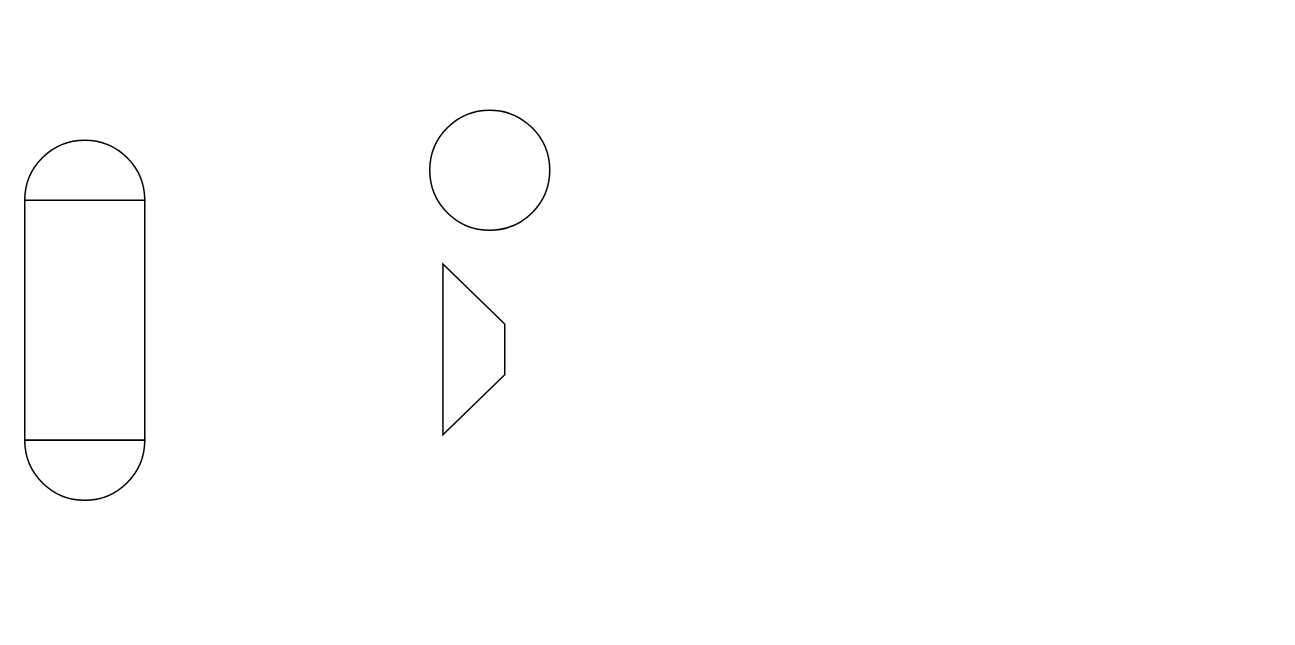
Before: 热力线图.drawio in Arielwithoutoven/Odds, a draw.io diagram. Source tidied: cells renumbered, new cells numbered last; positions are measured from the earlier drawing's top-left corner, leaving out a move shared by most shapes. Both pictures are drawn from the tidied source at 150%, with x=0, y=0 at pixel (24, 110).
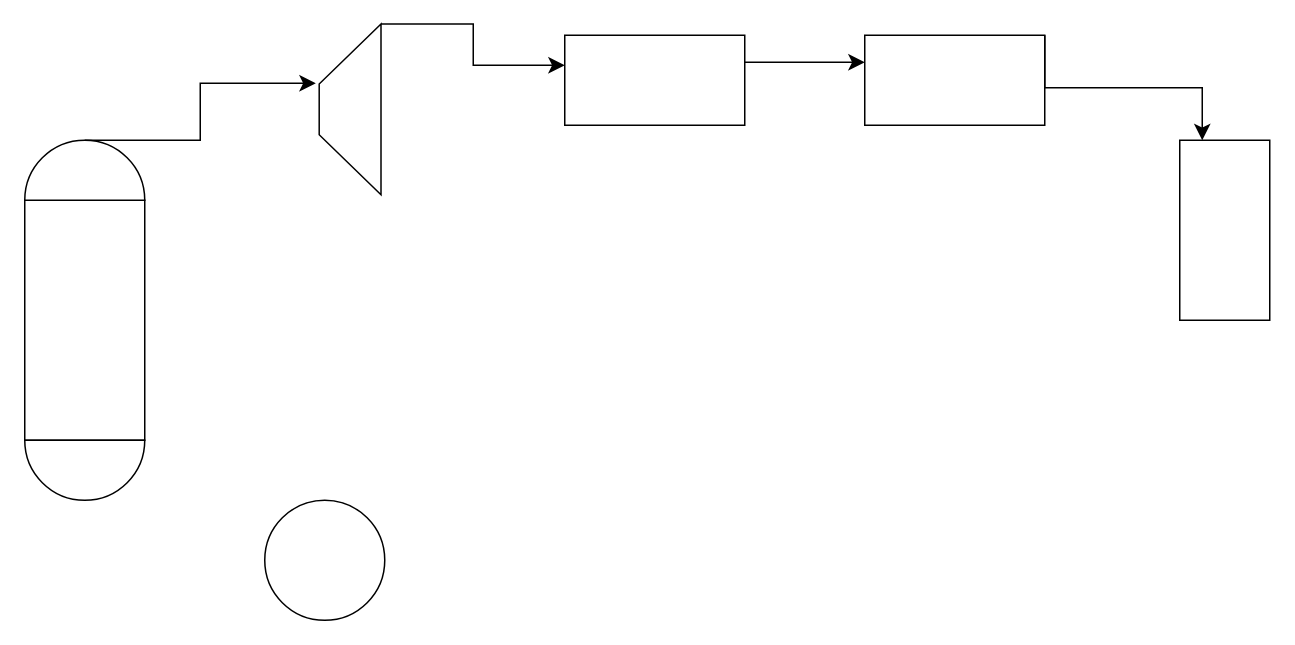
The same diagram, later.

Change to the diagram source:
```diff
@@
 <mxGraphModel>
   <root>
     <mxCell id="0" />
     <mxCell id="1" parent="0" />
     <mxCell id="2" style="rounded=0;whiteSpace=wrap;html=1;" parent="1" vertex="1">
       <mxGeometry y="60" width="80" height="160" as="geometry" />
     </mxCell>
     <mxCell id="3" style="verticalLabelPosition=bottom;verticalAlign=top;html=1;shape=mxgraph.basic.half_circle;" parent="1" vertex="1">
       <mxGeometry y="220" width="80" height="40" as="geometry" />
     </mxCell>
     <mxCell id="4" style="verticalLabelPosition=bottom;verticalAlign=top;html=1;shape=mxgraph.basic.half_circle;rotation=-180;" parent="1" vertex="1">
       <mxGeometry y="20" width="80" height="40" as="geometry" />
     </mxCell>
     <mxCell id="5" style="ellipse;whiteSpace=wrap;html=1;" parent="1" vertex="1">
-      <mxGeometry x="270" width="80" height="80" as="geometry" />
+      <mxGeometry x="160" y="260" width="80" height="80" as="geometry" />
     </mxCell>
-    <mxCell id="6" style="shape=trapezoid;perimeter=trapezoidPerimeter;whiteSpace=wrap;html=1;fixedSize=1;rotation=90;size=40;" parent="1" vertex="1">
-      <mxGeometry x="242.5" y="138.8" width="113.8" height="41.2" as="geometry" />
+    <mxCell id="6" style="shape=trapezoid;perimeter=trapezoidPerimeter;whiteSpace=wrap;html=1;fixedSize=1;rotation=-90;size=40;" parent="1" vertex="1">
+      <mxGeometry x="160" y="-21.2" width="113.8" height="41.2" as="geometry" />
     </mxCell>
+    <mxCell id="7" style="edgeStyle=elbowEdgeStyle;elbow=horizontal;endArrow=classic;html=1;curved=0;rounded=0;endSize=8;startSize=8;exitX=0.5;exitY=1;exitDx=0;exitDy=0;exitPerimeter=0;entryX=0.653;entryY=-0.055;entryDx=0;entryDy=0;entryPerimeter=0;" parent="1" edge="1" source="4" target="6">
+      <mxGeometry relative="1" as="geometry" />
+    </mxCell>
+    <mxCell id="8" style="edgeStyle=elbowEdgeStyle;elbow=horizontal;endArrow=classic;html=1;curved=0;rounded=0;endSize=8;startSize=8;exitX=1;exitY=1;exitDx=0;exitDy=0;" parent="1" edge="1" source="6">
+      <mxGeometry relative="1" as="geometry">
+        <mxPoint x="360" y="-30" as="targetPoint" />
+      </mxGeometry>
+    </mxCell>
+    <mxCell id="9" style="rounded=0;whiteSpace=wrap;html=1;" parent="1" vertex="1">
+      <mxGeometry x="360" y="-50" width="120" height="60" as="geometry" />
+    </mxCell>
+    <mxCell id="10" style="edgeStyle=elbowEdgeStyle;elbow=horizontal;endArrow=classic;html=1;curved=0;rounded=0;endSize=8;startSize=8;exitX=0.5;exitY=1;exitDx=0;exitDy=0;exitPerimeter=0;" parent="1" edge="1">
+      <mxGeometry relative="1" as="geometry">
+        <mxPoint x="480" y="-32" as="sourcePoint" />
+        <mxPoint x="560" y="-32" as="targetPoint" />
+      </mxGeometry>
+    </mxCell>
+    <mxCell id="11" style="rounded=0;whiteSpace=wrap;html=1;" parent="1" vertex="1">
+      <mxGeometry x="560" y="-50" width="120" height="60" as="geometry" />
+    </mxCell>
+    <mxCell id="12" style="rounded=0;whiteSpace=wrap;html=1;" parent="1" vertex="1">
+      <mxGeometry x="770" y="20" width="60" height="120" as="geometry" />
+    </mxCell>
+    <mxCell id="13" style="edgeStyle=elbowEdgeStyle;elbow=vertical;endArrow=classic;html=1;curved=0;rounded=0;endSize=8;startSize=8;exitX=1;exitY=0;exitDx=0;exitDy=0;entryX=0.25;entryY=0;entryDx=0;entryDy=0;exitPerimeter=0;" parent="1" edge="1" source="11" target="12">
+      <mxGeometry relative="1" as="geometry" />
+    </mxCell>
   </root>
 </mxGraphModel>
```
